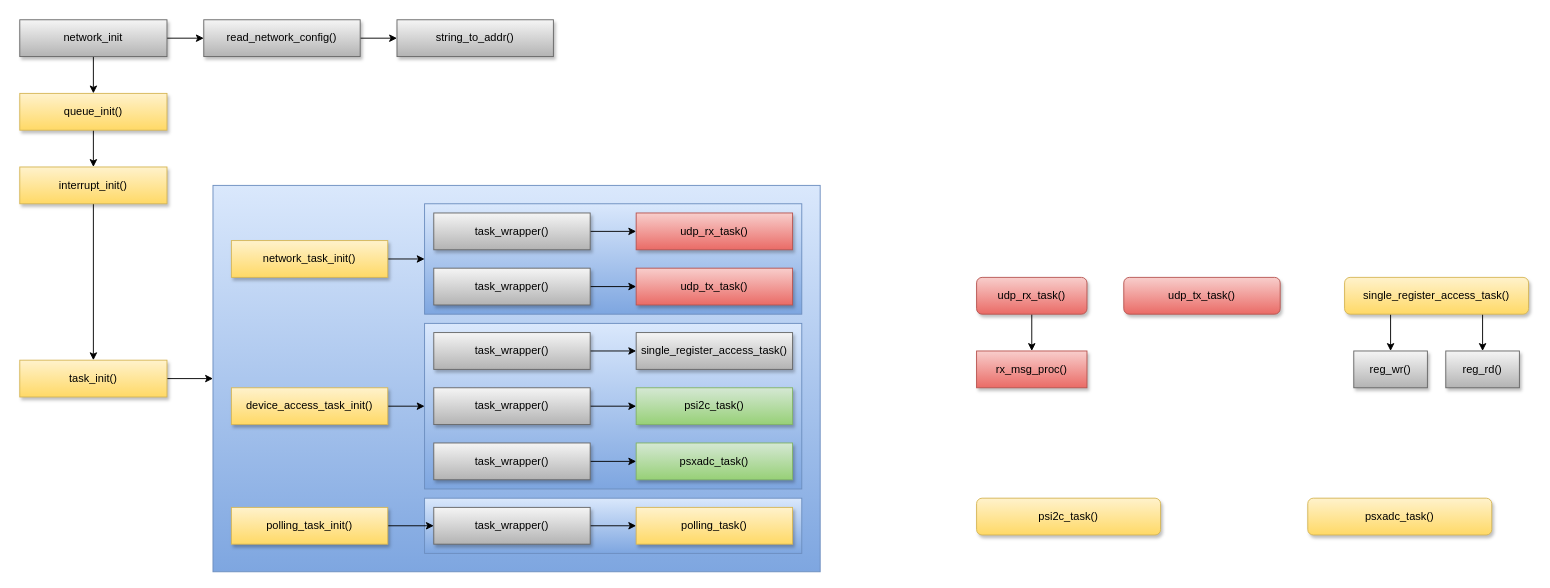
Earlier version of the draw.io diagram page "functions" (2 of 3) of doc/class.drawio (NSLS2/ZynqDetector). Source tidied: cells renumbered, new cells numbered last; positions are measured from the earlier drawing's top-left corner, leaving out a move shared by most shapes. Both pictures are drawn from the tidied source at 92%, with x=0, y=0 at pixel (19, 19).
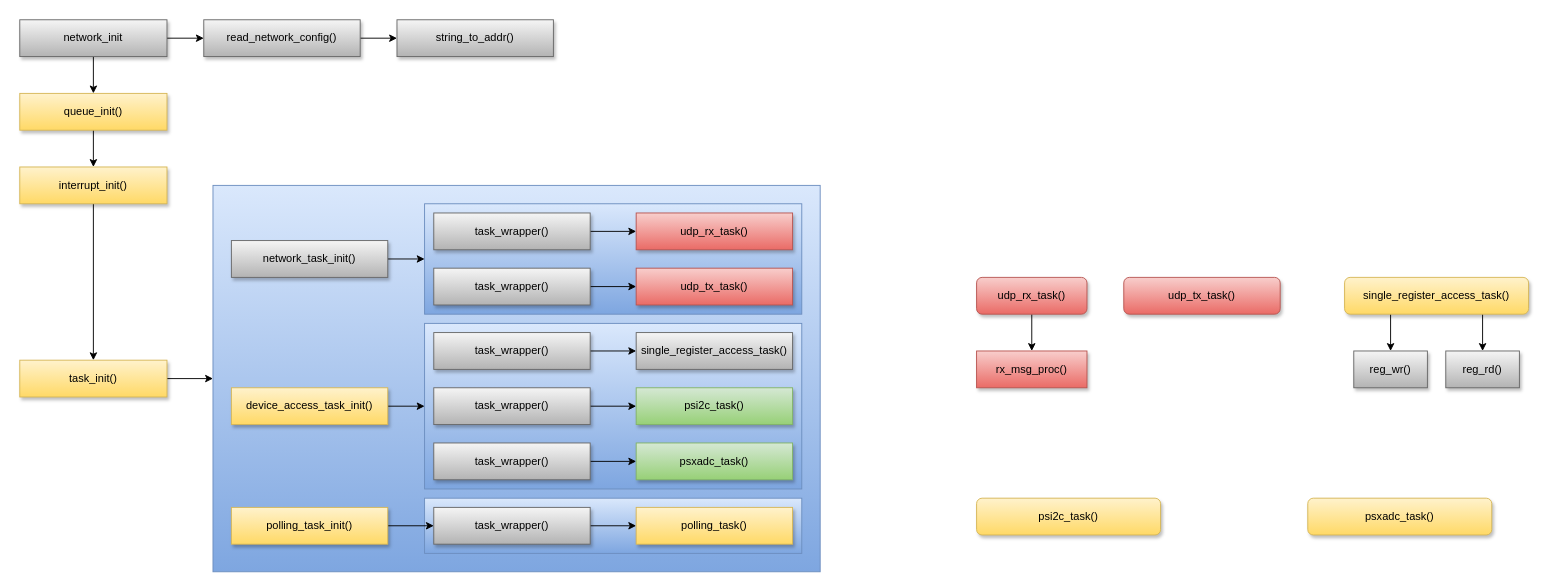
The same page after the edit.

Change to the diagram source:
```diff
@@
-    <mxCell id="47" value="network_task_init()" style="rounded=0;whiteSpace=wrap;html=1;fillColor=#fff2cc;gradientColor=#ffd966;strokeColor=#d6b656;shadow=1;" parent="1" vertex="1">
+    <mxCell id="47" value="network_task_init()" style="rounded=0;whiteSpace=wrap;html=1;fillColor=#f5f5f5;gradientColor=#b3b3b3;strokeColor=#666666;shadow=1;" parent="1" vertex="1">
       <mxGeometry x="230" y="240" width="170" height="40" as="geometry" />
     </mxCell>
```
